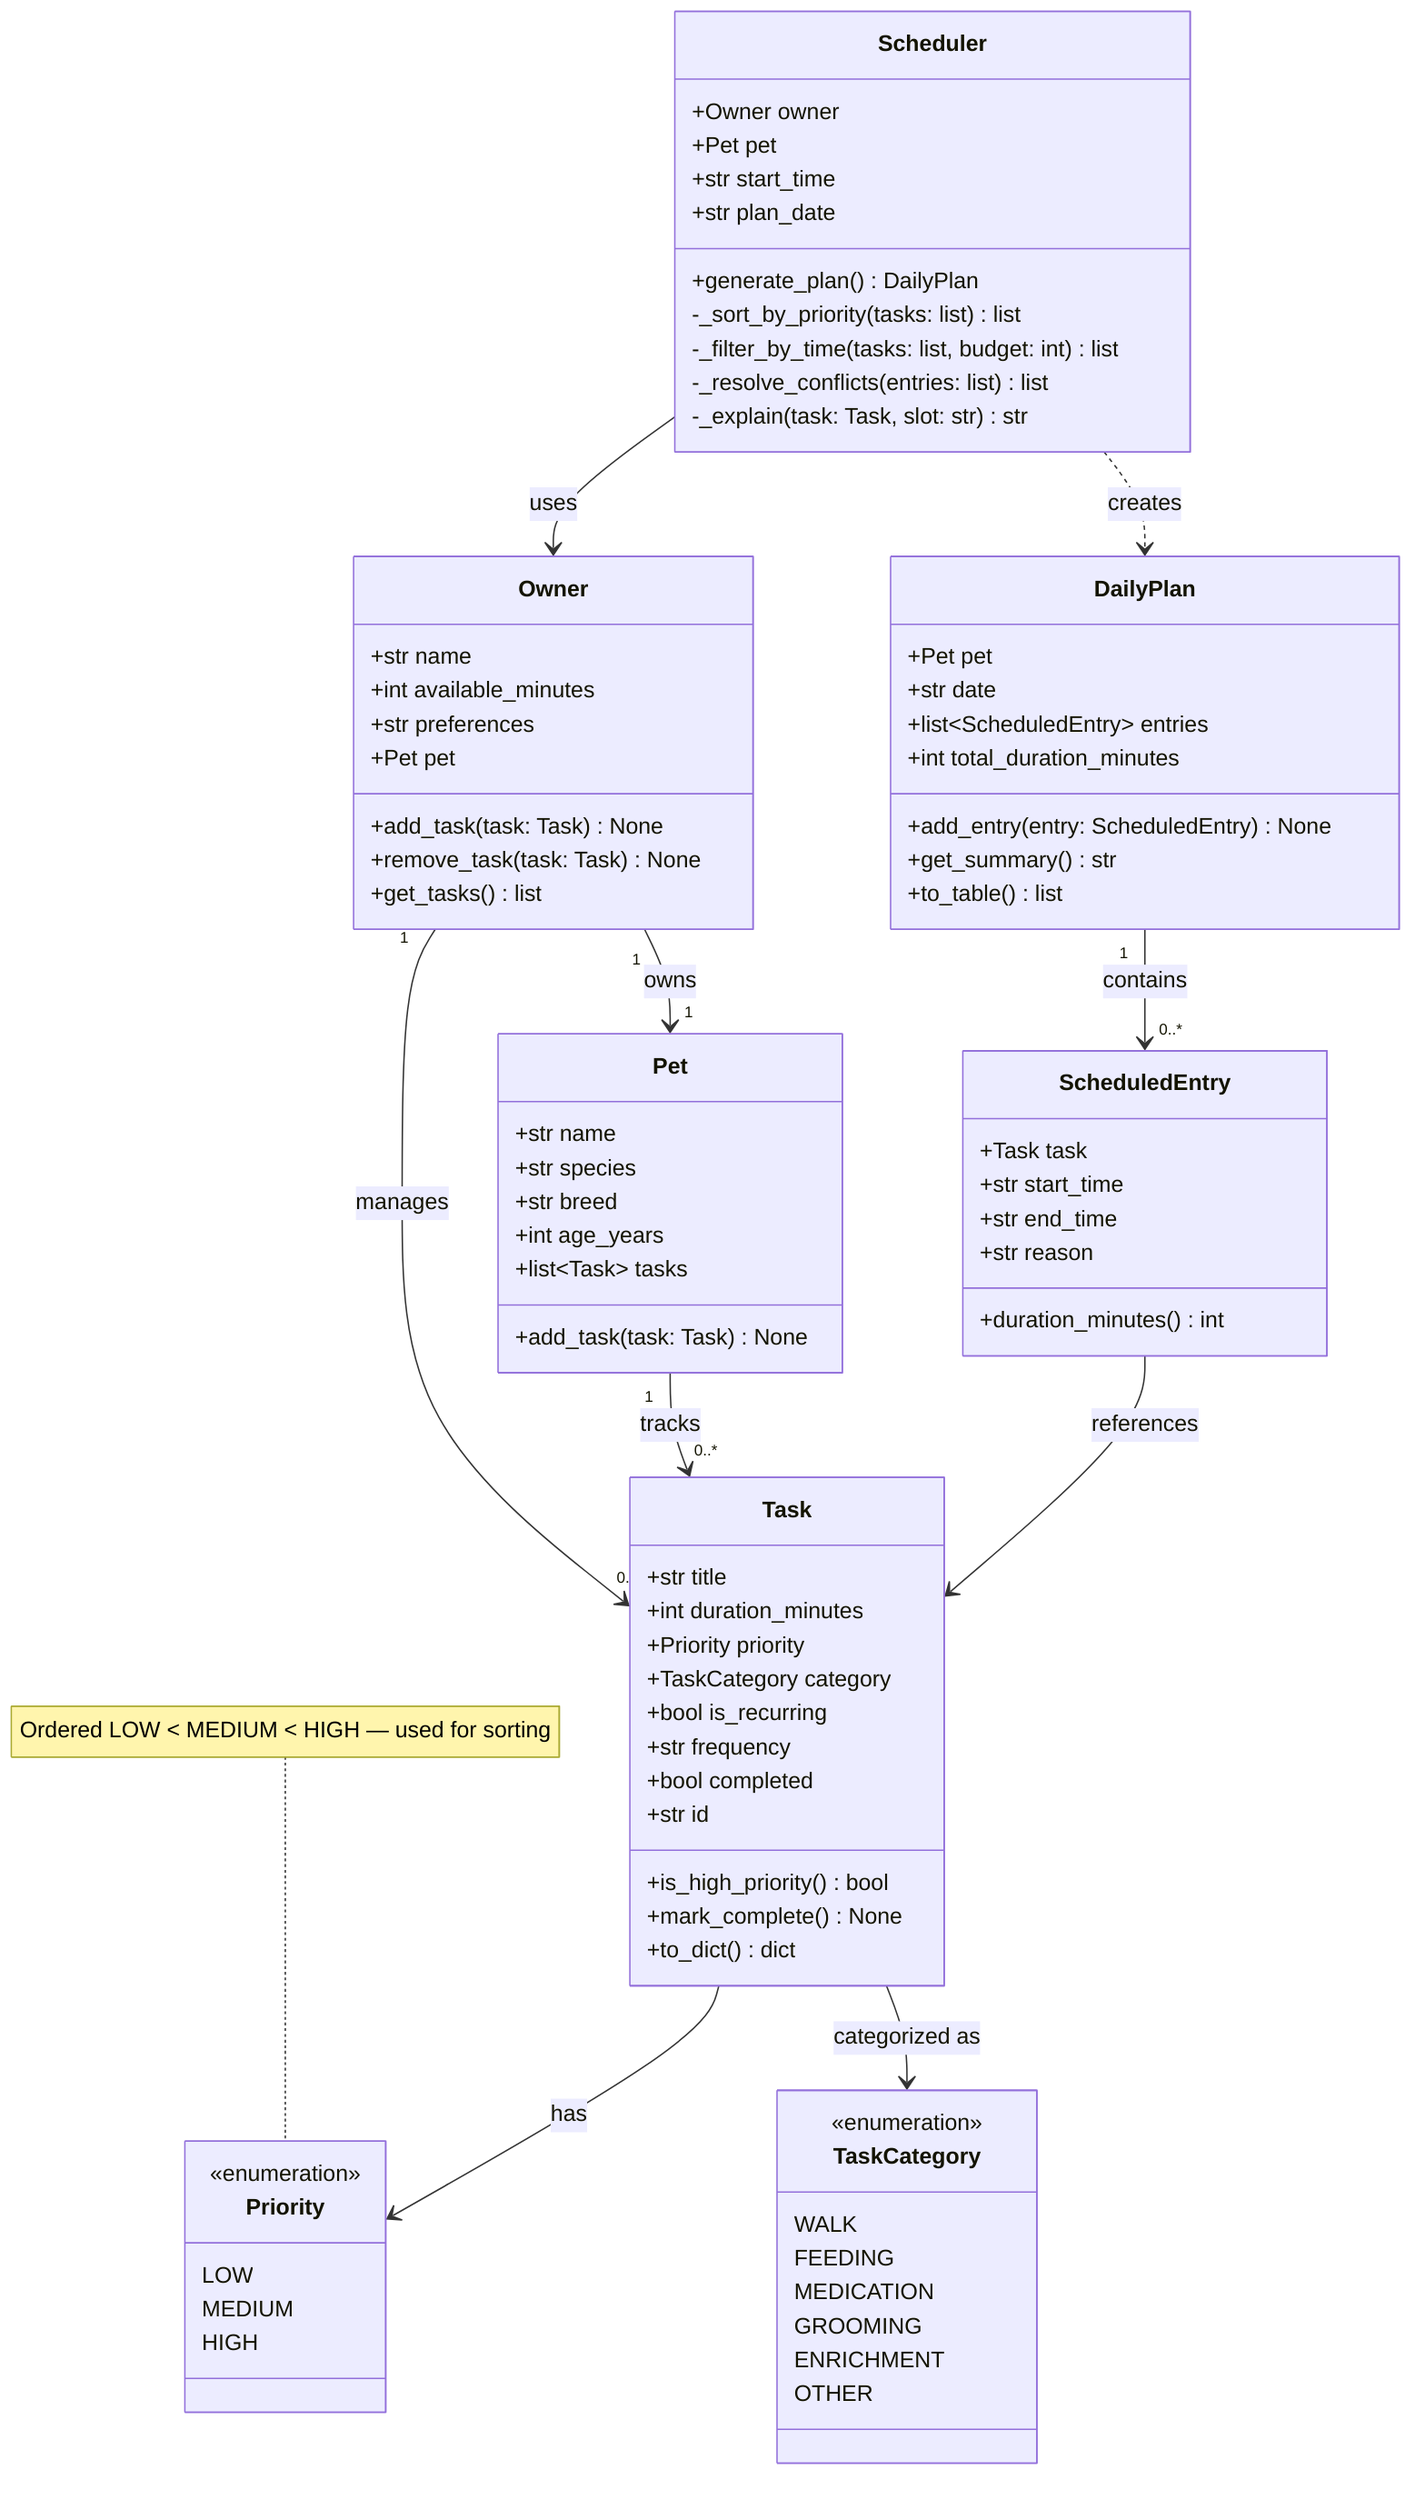
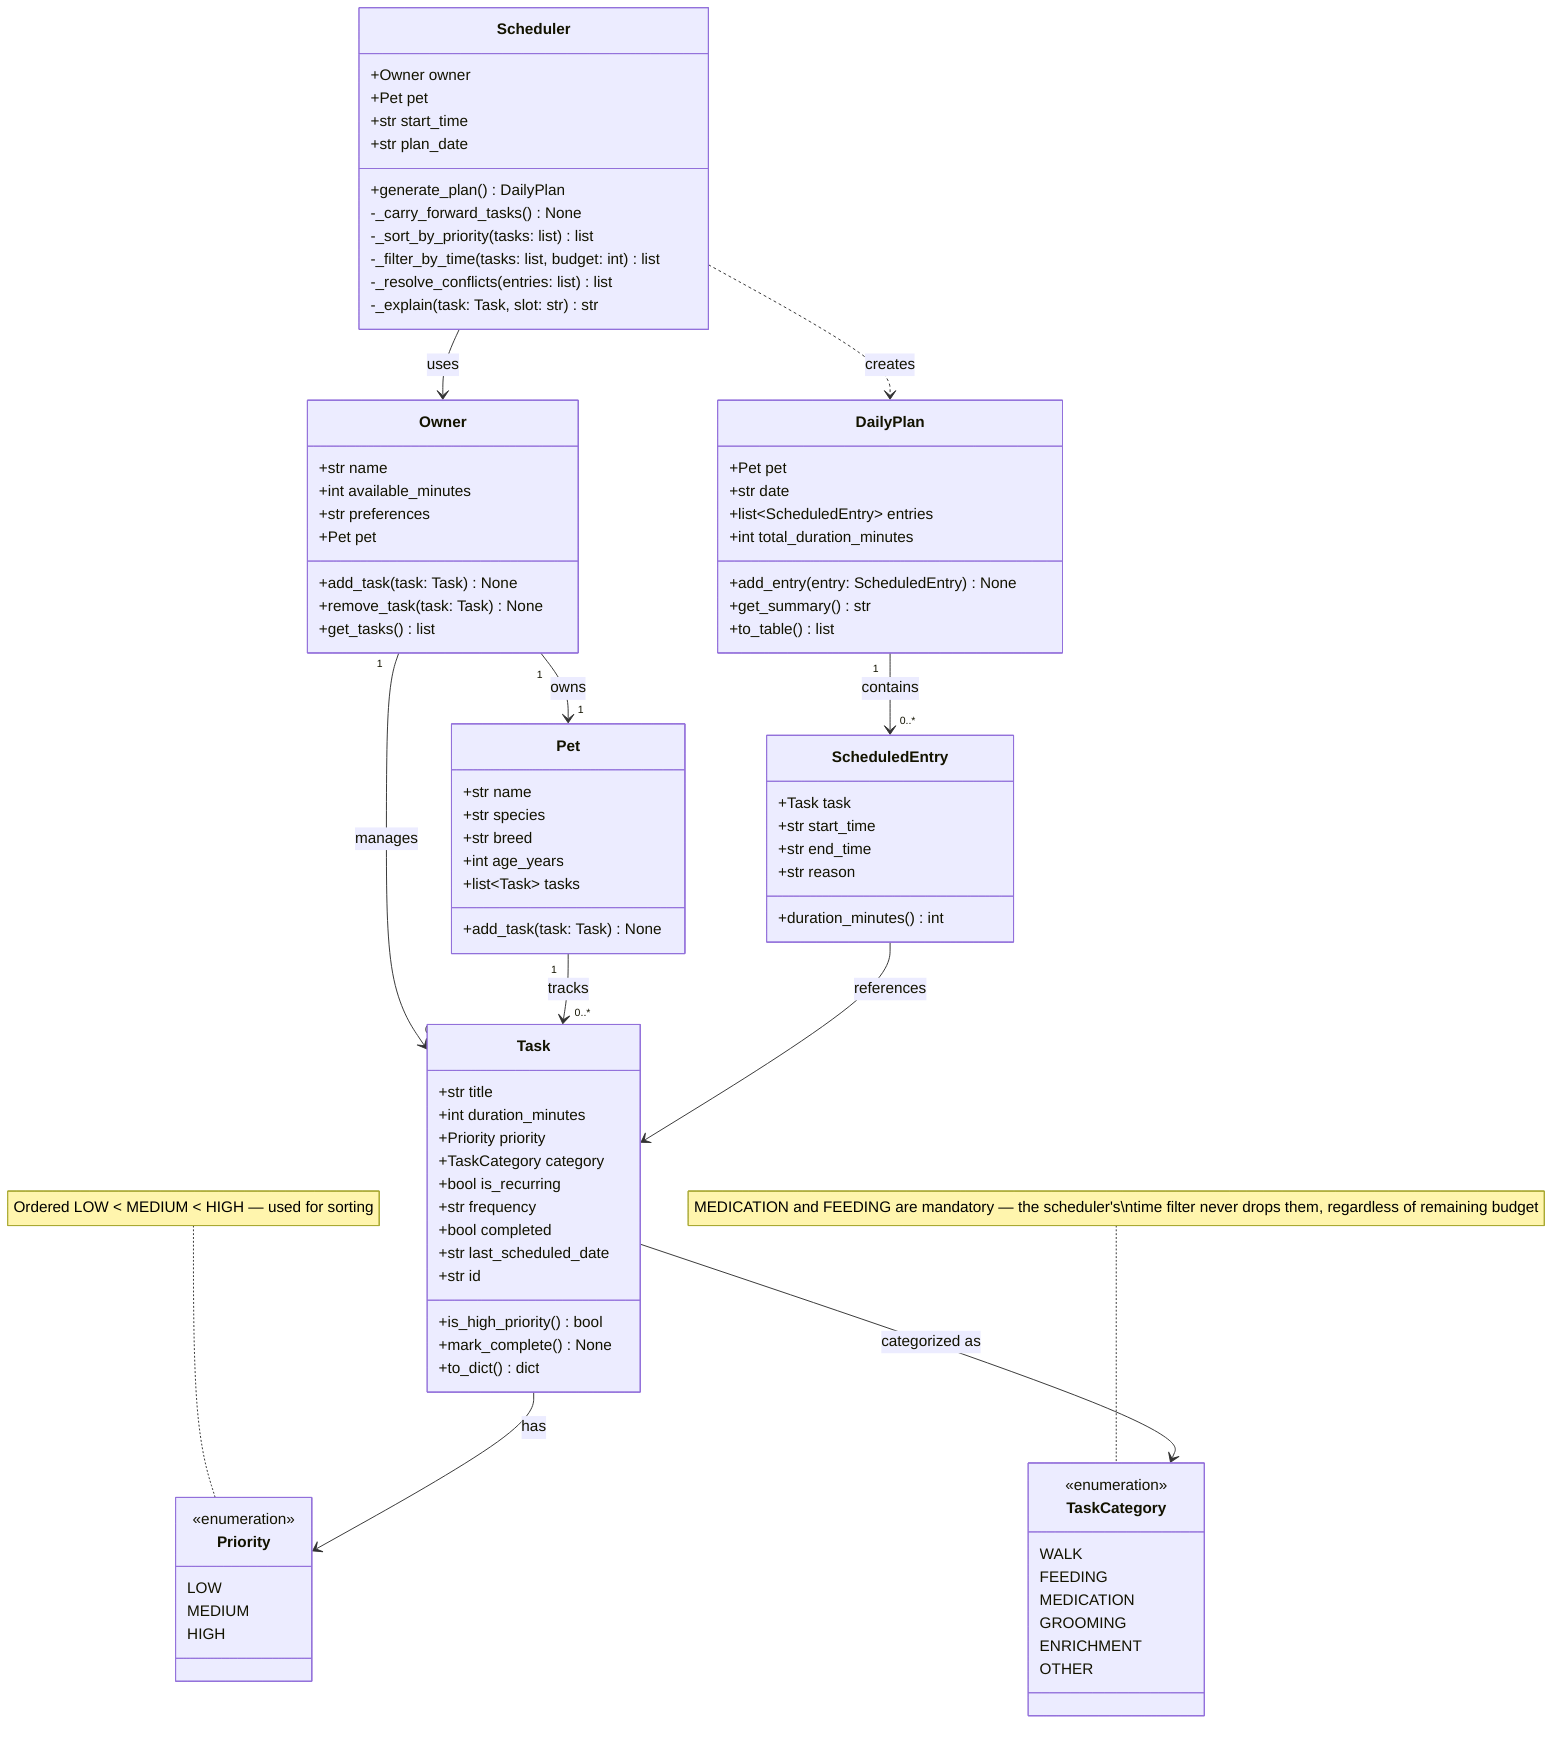
classDiagram
    %% ── Enumerations ──────────────────────────────────────────────────────────

    class Priority {
        <<enumeration>>
        LOW
        MEDIUM
        HIGH
    }
    note for Priority "Ordered LOW < MEDIUM < HIGH — used for sorting"

    class TaskCategory {
        <<enumeration>>
        WALK
        FEEDING
        MEDICATION
        GROOMING
        ENRICHMENT
        OTHER
    }
+     note for TaskCategory "MEDICATION and FEEDING are mandatory — the scheduler's\ntime filter never drops them, regardless of remaining budget"

    %% ── Core domain classes ───────────────────────────────────────────────────

    class Owner {
        +str name
        +int available_minutes
        +str preferences
        +Pet pet
        +add_task(task: Task) None
        +remove_task(task: Task) None
        +get_tasks() list
    }

    class Pet {
        +str name
        +str species
        +str breed
        +int age_years
        +list~Task~ tasks
        +add_task(task: Task) None
    }

    class Task {
        +str title
        +int duration_minutes
        +Priority priority
        +TaskCategory category
        +bool is_recurring
        +str frequency
        +bool completed
+         +str last_scheduled_date
        +str id
        +is_high_priority() bool
        +mark_complete() None
        +to_dict() dict
    }

    %% ── Scheduling classes ────────────────────────────────────────────────────

    class Scheduler {
        +Owner owner
        +Pet pet
        +str start_time
        +str plan_date
        +generate_plan() DailyPlan
+         -_carry_forward_tasks() None
        -_sort_by_priority(tasks: list) list
        -_filter_by_time(tasks: list, budget: int) list
        -_resolve_conflicts(entries: list) list
        -_explain(task: Task, slot: str) str
    }

    class DailyPlan {
        +Pet pet
        +str date
        +list~ScheduledEntry~ entries
        +int total_duration_minutes
        +add_entry(entry: ScheduledEntry) None
        +get_summary() str
        +to_table() list
    }

    class ScheduledEntry {
        +Task task
        +str start_time
        +str end_time
        +str reason
        +duration_minutes() int
    }

    %% ── Relationships ─────────────────────────────────────────────────────────

    Owner "1" --> "1" Pet           : owns
    Owner "1" --> "0..*" Task       : manages
    Pet "1" --> "0..*" Task         : tracks

    Task --> Priority               : has
    Task --> TaskCategory           : categorized as

    Scheduler --> Owner             : uses
    Scheduler ..> DailyPlan        : creates

    DailyPlan "1" --> "0..*" ScheduledEntry : contains
    ScheduledEntry --> Task         : references
